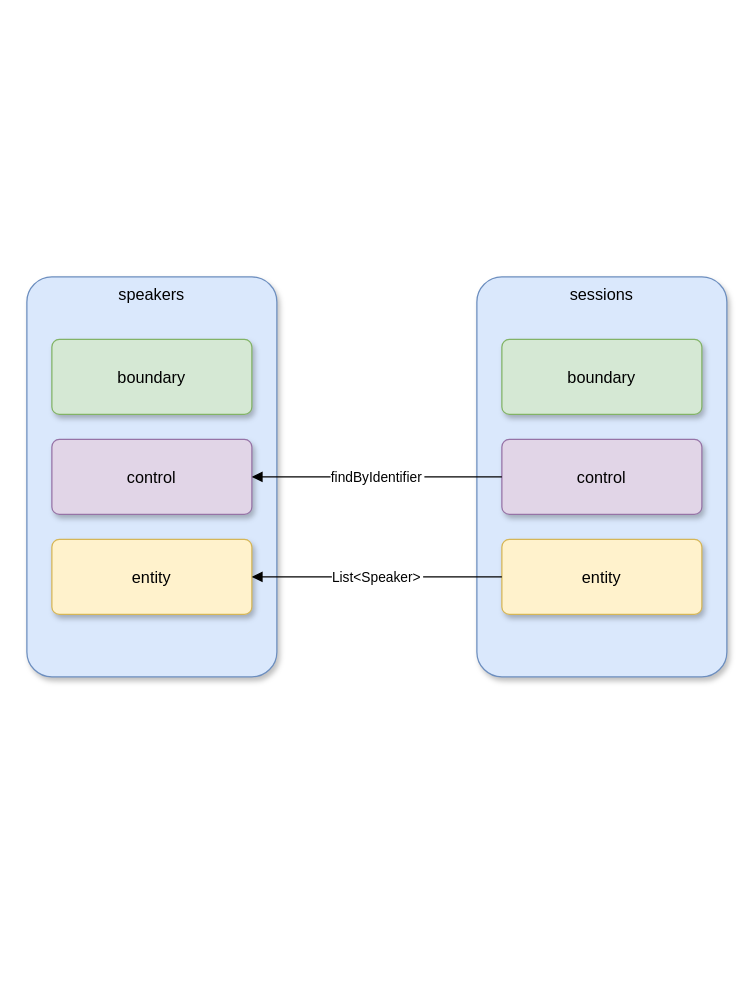
Before: confex-bcs.drawio in AdamBien/confex, a draw.io diagram. Source tidied: cells renumbered, new cells numbered last; positions are measured from the earlier drawing's top-left corner, leaving out a move shared by most shapes. Both pictures are drawn from the tidied source at 125%, with x=0, y=0 at pixel (26, 276).
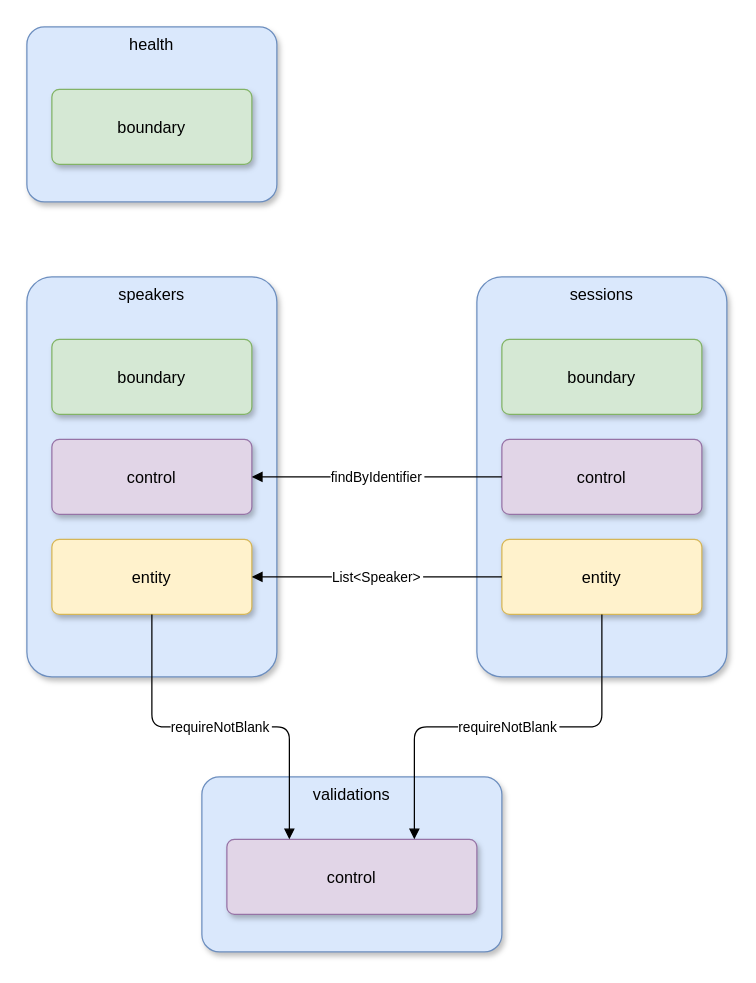
The same diagram, later.

Commit message:
architecture diagram updated

Diff of the diagram source:
```diff
@@
 <mxGraphModel>
   <root>
     <mxCell id="0" />
     <mxCell id="1" parent="0" />
+    <mxCell id="12" value="health" style="rounded=1;whiteSpace=wrap;html=1;shadow=1;arcSize=10;fillColor=#dae8fc;strokeColor=#6c8ebf;fontColor=#000000;fontSize=13;fontStyle=0;verticalAlign=top;" parent="1" vertex="1">
+      <mxGeometry y="-200" width="200" height="140" as="geometry" />
+    </mxCell>
+    <mxCell id="13" value="boundary" style="rounded=1;whiteSpace=wrap;html=1;shadow=1;arcSize=10;fillColor=#d5e8d4;strokeColor=#82b366;fontColor=#000000;fontSize=13;fontStyle=0;" parent="12" vertex="1">
+      <mxGeometry x="20" y="50" width="160" height="60" as="geometry" />
+    </mxCell>
     <mxCell id="2" value="speakers" style="rounded=1;whiteSpace=wrap;html=1;shadow=1;arcSize=10;fillColor=#dae8fc;strokeColor=#6c8ebf;fontColor=#000000;fontSize=13;fontStyle=0;verticalAlign=top;" parent="1" vertex="1">
       <mxGeometry width="200" height="320" as="geometry" />
     </mxCell>
     <mxCell id="3" value="boundary" style="rounded=1;whiteSpace=wrap;html=1;shadow=1;arcSize=10;fillColor=#d5e8d4;strokeColor=#82b366;fontColor=#000000;fontSize=13;fontStyle=0;" parent="2" vertex="1">
       <mxGeometry x="20" y="50" width="160" height="60" as="geometry" />
     </mxCell>
     <mxCell id="4" value="control" style="rounded=1;whiteSpace=wrap;html=1;shadow=1;arcSize=10;fillColor=#e1d5e7;strokeColor=#9673a6;fontColor=#000000;fontSize=13;fontStyle=0;" parent="2" vertex="1">
       <mxGeometry x="20" y="130" width="160" height="60" as="geometry" />
     </mxCell>
     <mxCell id="5" value="entity" style="rounded=1;whiteSpace=wrap;html=1;shadow=1;arcSize=10;fillColor=#fff2cc;strokeColor=#d6b656;fontColor=#000000;fontSize=13;fontStyle=0;" parent="2" vertex="1">
       <mxGeometry x="20" y="210" width="160" height="60" as="geometry" />
     </mxCell>
     <mxCell id="6" value="sessions" style="rounded=1;whiteSpace=wrap;html=1;shadow=1;arcSize=10;fillColor=#dae8fc;strokeColor=#6c8ebf;fontColor=#000000;fontSize=13;fontStyle=0;verticalAlign=top;" parent="1" vertex="1">
       <mxGeometry x="360" width="200" height="320" as="geometry" />
     </mxCell>
     <mxCell id="7" value="boundary" style="rounded=1;whiteSpace=wrap;html=1;shadow=1;arcSize=10;fillColor=#d5e8d4;strokeColor=#82b366;fontColor=#000000;fontSize=13;fontStyle=0;" parent="6" vertex="1">
       <mxGeometry x="20" y="50" width="160" height="60" as="geometry" />
     </mxCell>
     <mxCell id="8" value="control" style="rounded=1;whiteSpace=wrap;html=1;shadow=1;arcSize=10;fillColor=#e1d5e7;strokeColor=#9673a6;fontColor=#000000;fontSize=13;fontStyle=0;" parent="6" vertex="1">
       <mxGeometry x="20" y="130" width="160" height="60" as="geometry" />
     </mxCell>
     <mxCell id="9" value="entity" style="rounded=1;whiteSpace=wrap;html=1;shadow=1;arcSize=10;fillColor=#fff2cc;strokeColor=#d6b656;fontColor=#000000;fontSize=13;fontStyle=0;" parent="6" vertex="1">
       <mxGeometry x="20" y="210" width="160" height="60" as="geometry" />
     </mxCell>
+    <mxCell id="14" value="validations" style="rounded=1;whiteSpace=wrap;html=1;shadow=1;arcSize=10;fillColor=#dae8fc;strokeColor=#6c8ebf;fontColor=#000000;fontSize=13;fontStyle=0;verticalAlign=top;" parent="1" vertex="1">
+      <mxGeometry x="140" y="400" width="240" height="140" as="geometry" />
+    </mxCell>
+    <mxCell id="15" value="control" style="rounded=1;whiteSpace=wrap;html=1;shadow=1;arcSize=10;fillColor=#e1d5e7;strokeColor=#9673a6;fontColor=#000000;fontSize=13;fontStyle=0;" parent="14" vertex="1">
+      <mxGeometry x="20" y="50" width="200" height="60" as="geometry" />
+    </mxCell>
     <mxCell id="10" value="findByIdentifier" style="edgeStyle=orthogonalEdgeStyle;rounded=1;strokeColor=#000000;fontColor=#000000;fontSize=11;fontStyle=0;endArrow=block;endFill=1;shadow=0;" parent="1" edge="1" source="8" target="4">
       <mxGeometry relative="1" as="geometry" />
     </mxCell>
     <mxCell id="11" value="List&lt;Speaker&gt;" style="edgeStyle=orthogonalEdgeStyle;rounded=1;strokeColor=#000000;fontColor=#000000;fontSize=11;fontStyle=0;endArrow=block;endFill=1;shadow=0;" parent="1" edge="1" source="9" target="5">
       <mxGeometry relative="1" as="geometry" />
     </mxCell>
+    <mxCell id="16" value="requireNotBlank" style="edgeStyle=orthogonalEdgeStyle;rounded=1;strokeColor=#000000;fontColor=#000000;fontSize=11;fontStyle=0;endArrow=block;endFill=1;shadow=0;exitX=0.5;exitY=1;exitDx=0;exitDy=0;entryX=0.25;entryY=0;entryDx=0;entryDy=0;" parent="1" edge="1" source="5" target="15">
+      <mxGeometry relative="1" as="geometry" />
+    </mxCell>
+    <mxCell id="17" value="requireNotBlank" style="edgeStyle=orthogonalEdgeStyle;rounded=1;strokeColor=#000000;fontColor=#000000;fontSize=11;fontStyle=0;endArrow=block;endFill=1;shadow=0;exitX=0.5;exitY=1;exitDx=0;exitDy=0;entryX=0.75;entryY=0;entryDx=0;entryDy=0;" parent="1" edge="1" source="9" target="15">
+      <mxGeometry relative="1" as="geometry" />
+    </mxCell>
   </root>
 </mxGraphModel>
```
